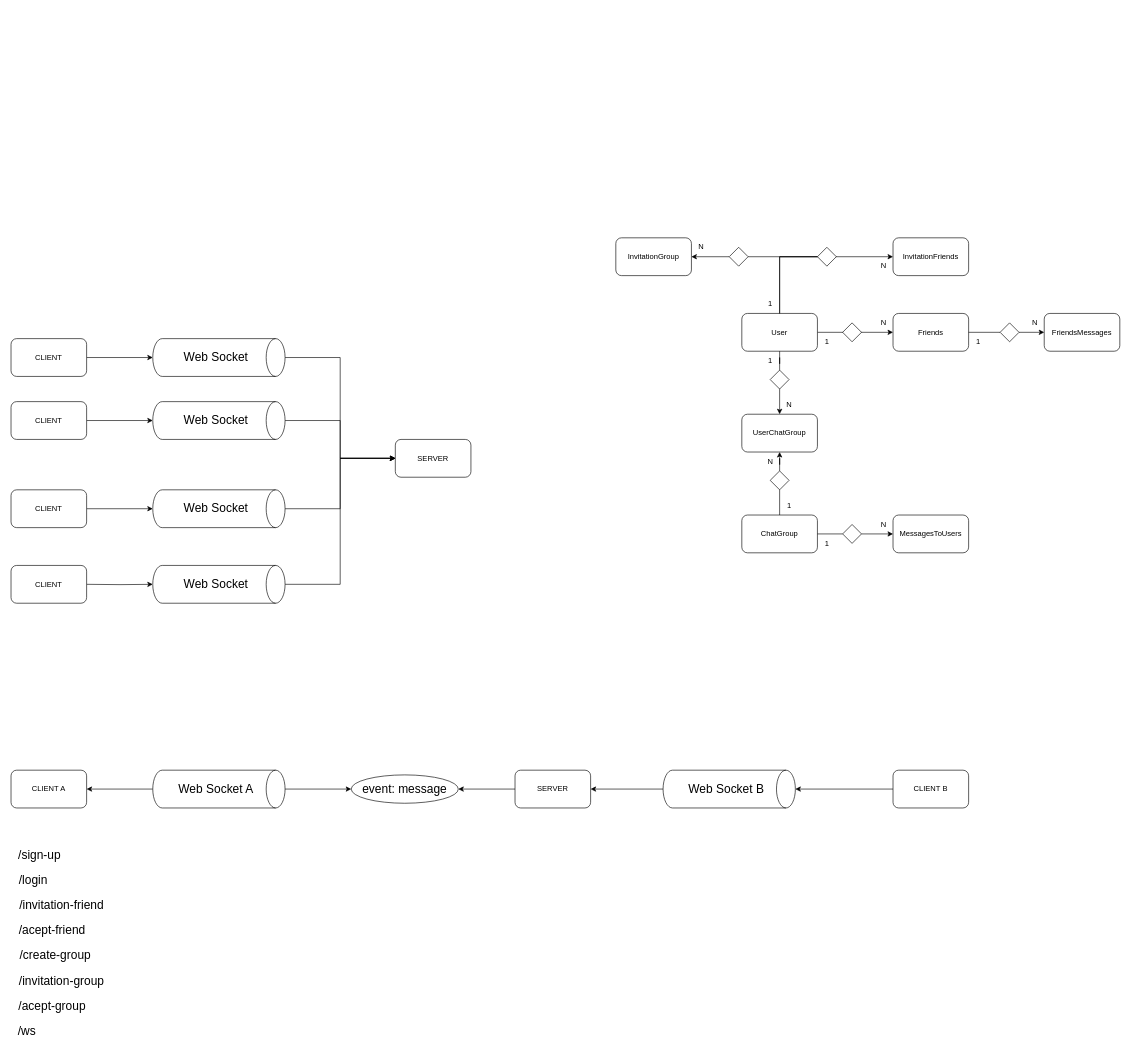
This is Diagrams.drawio from facundocarballo/go-chat-app, a draw.io file, before an edit. Source tidied: cells renumbered, new cells numbered last; positions are measured from the earlier drawing's top-left corner, leaving out a move shared by most shapes. Both pictures are drawn from the tidied source at 63%, with x=0, y=0 at pixel (11, 238).
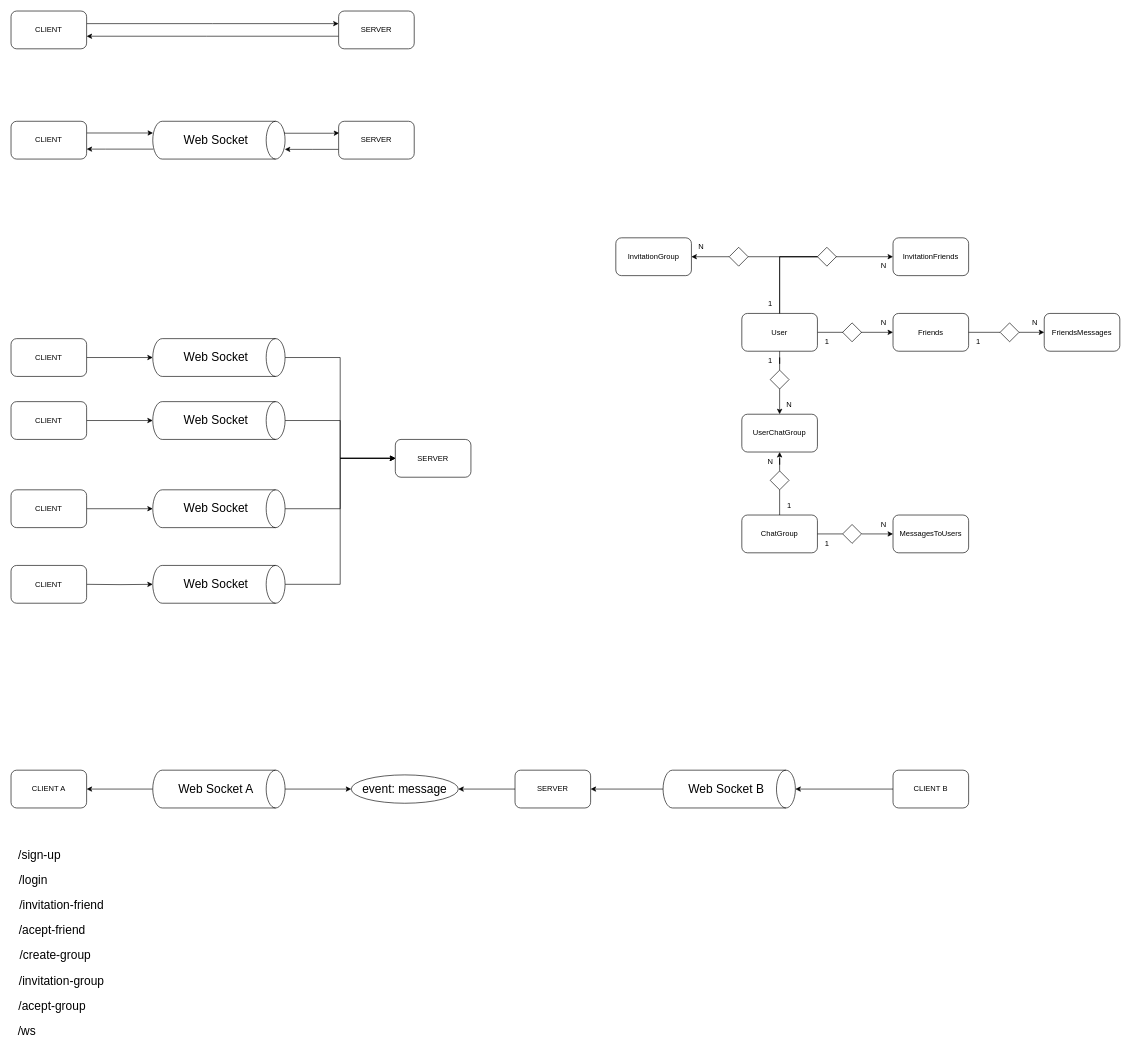
After the change.

Commit message (it also covers changes not shown here):
Chat App - Server

What changed in the source:
```diff
@@
+    <mxCell id="85" style="edgeStyle=orthogonalEdgeStyle;rounded=0;jettySize=auto;html=1;entryX=0.31;entryY=0.998;entryDx=0;entryDy=0;entryPerimeter=0;" parent="1" edge="1" source="86" target="89">
+      <mxGeometry relative="1" as="geometry">
+        <Array as="points">
+          <mxPoint x="173" y="-166" />
+        </Array>
+      </mxGeometry>
+    </mxCell>
+    <mxCell id="86" value="CLIENT" style="rounded=1;whiteSpace=wrap;html=1;" parent="1" vertex="1">
+      <mxGeometry y="-185" width="120" height="60" as="geometry" />
+    </mxCell>
+    <mxCell id="87" style="edgeStyle=orthogonalEdgeStyle;rounded=0;jettySize=auto;html=1;exitX=0.737;exitY=0.996;exitDx=0;exitDy=0;exitPerimeter=0;" parent="1" edge="1" source="89" target="86">
+      <mxGeometry relative="1" as="geometry">
+        <Array as="points">
+          <mxPoint x="150" y="-140" />
+          <mxPoint x="150" y="-140" />
+        </Array>
+      </mxGeometry>
+    </mxCell>
+    <mxCell id="88" style="edgeStyle=orthogonalEdgeStyle;rounded=0;jettySize=auto;html=1;entryX=0.008;entryY=0.31;entryDx=0;entryDy=0;entryPerimeter=0;exitX=0.283;exitY=0.006;exitDx=0;exitDy=0;exitPerimeter=0;" parent="1" edge="1" source="89" target="92">
+      <mxGeometry relative="1" as="geometry">
+        <Array as="points">
+          <mxPoint x="434" y="-166" />
+          <mxPoint x="510" y="-166" />
+        </Array>
+      </mxGeometry>
+    </mxCell>
+    <mxCell id="89" style="shape=cylinder3;whiteSpace=wrap;html=1;boundedLbl=1;backgroundOutline=1;size=15;rotation=90;" parent="1" vertex="1">
+      <mxGeometry x="300" y="-260" width="60" height="210" as="geometry" />
+    </mxCell>
+    <mxCell id="90" value="Web Socket" style="text;html=1;align=center;verticalAlign=middle;strokeColor=none;fillColor=none;fontSize=19;" parent="1" vertex="1">
+      <mxGeometry x="260" y="-175" width="130" height="40" as="geometry" />
+    </mxCell>
+    <mxCell id="91" style="edgeStyle=orthogonalEdgeStyle;rounded=0;jettySize=auto;html=1;entryX=0.743;entryY=0.002;entryDx=0;entryDy=0;entryPerimeter=0;" parent="1" edge="1" source="92" target="89">
+      <mxGeometry relative="1" as="geometry">
+        <Array as="points">
+          <mxPoint x="478" y="-140" />
+        </Array>
+      </mxGeometry>
+    </mxCell>
+    <mxCell id="92" value="SERVER" style="rounded=1;whiteSpace=wrap;html=1;" parent="1" vertex="1">
+      <mxGeometry x="520" y="-185" width="120" height="60" as="geometry" />
+    </mxCell>
+    <mxCell id="93" style="edgeStyle=orthogonalEdgeStyle;rounded=0;jettySize=auto;html=1;" parent="1" edge="1" source="94" target="96">
+      <mxGeometry relative="1" as="geometry">
+        <Array as="points">
+          <mxPoint x="320" y="-340" />
+          <mxPoint x="320" y="-340" />
+        </Array>
+      </mxGeometry>
+    </mxCell>
+    <mxCell id="94" value="CLIENT" style="rounded=1;whiteSpace=wrap;html=1;" parent="1" vertex="1">
+      <mxGeometry y="-360" width="120" height="60" as="geometry" />
+    </mxCell>
+    <mxCell id="95" style="edgeStyle=orthogonalEdgeStyle;rounded=0;jettySize=auto;html=1;" parent="1" edge="1" source="96" target="94">
+      <mxGeometry relative="1" as="geometry">
+        <Array as="points">
+          <mxPoint x="310" y="-320" />
+          <mxPoint x="310" y="-320" />
+        </Array>
+      </mxGeometry>
+    </mxCell>
+    <mxCell id="96" value="SERVER" style="rounded=1;whiteSpace=wrap;html=1;" parent="1" vertex="1">
+      <mxGeometry x="520" y="-360" width="120" height="60" as="geometry" />
+    </mxCell>
```
